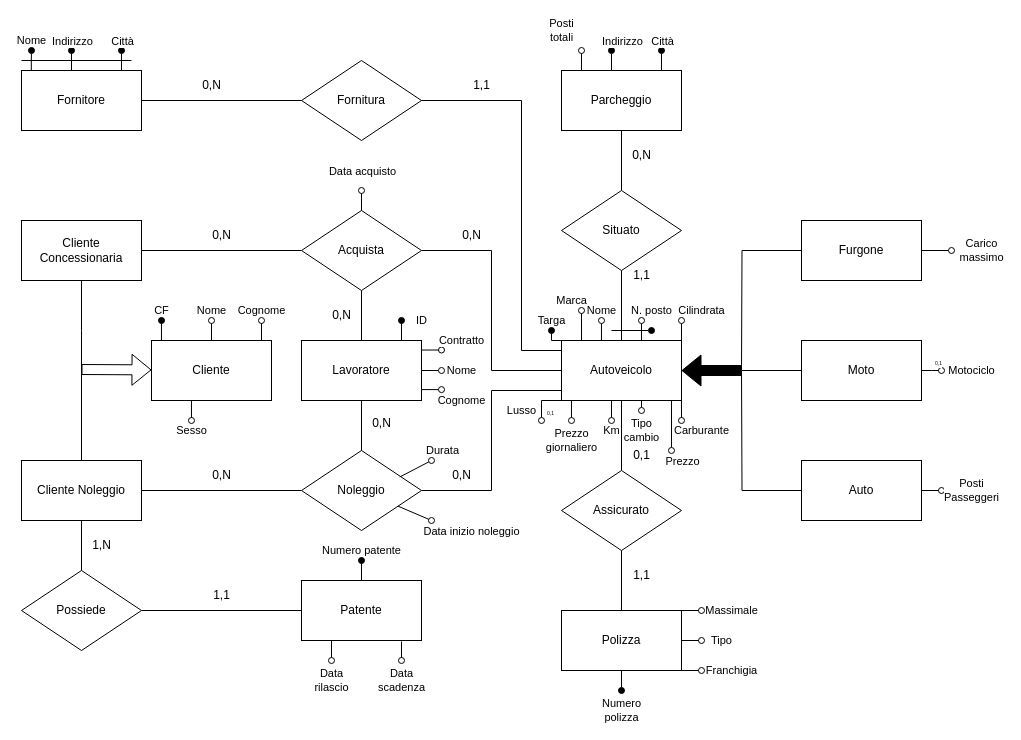
NickP3lle/database-gianluca_rental keeps this draw.io diagram as ER_concessionaria_autonoleggio.drawio. Above is the earlier version. Source tidied: cells renumbered, new cells numbered last; positions are measured from the earlier drawing's top-left corner, leaving out a move shared by most shapes. Both pictures are drawn from the tidied source at 100%, with x=0, y=0 at pixel (21, 50).
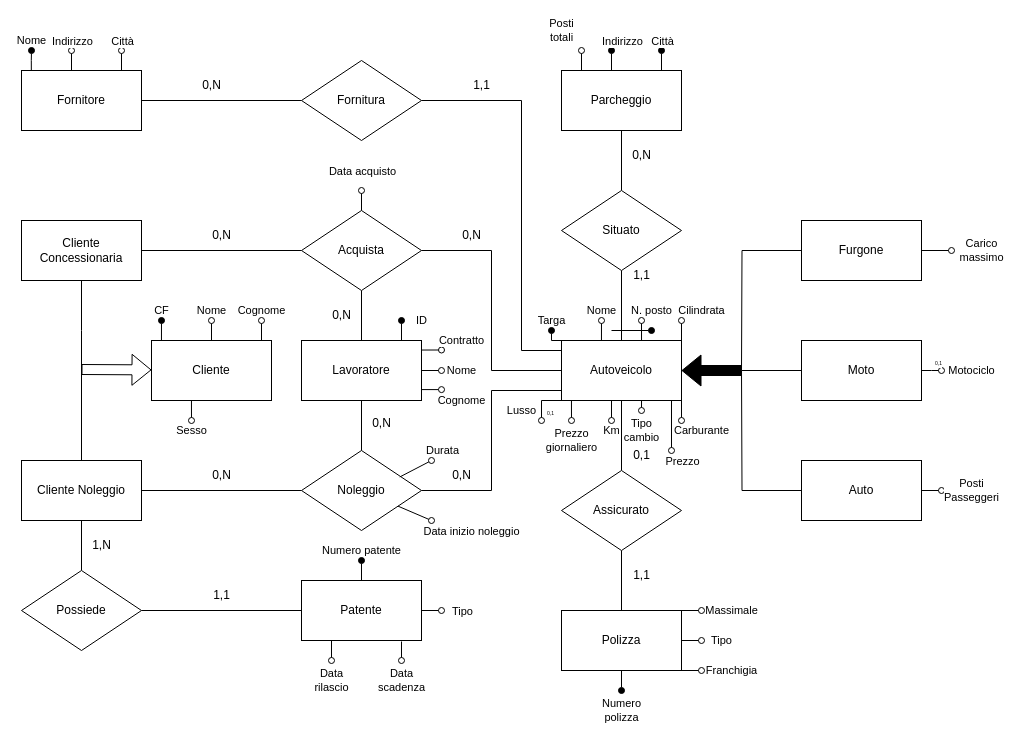
After the change.

The change refers to these unchanged cells:
```xml
<mxCell id="7" value="Autoveicolo" style="rounded=0;whiteSpace=wrap;html=1;" parent="1" vertex="1">
  <mxGeometry x="540" y="290" width="120" height="60" as="geometry" />
</mxCell>
<mxCell id="9" value="Patente" style="rounded=0;whiteSpace=wrap;html=1;" parent="1" vertex="1">
  <mxGeometry x="280" y="530" width="120" height="60" as="geometry" />
</mxCell>
```

Diff of the diagram source:
```diff
@@
+    <mxCell id="105" style="edgeStyle=orthogonalEdgeStyle;rounded=0;jettySize=auto;html=1;endArrow=oval;endFill=0;" parent="1" edge="1" source="9">
+      <mxGeometry relative="1" as="geometry">
+        <mxPoint x="420" y="560" as="targetPoint" />
+      </mxGeometry>
+    </mxCell>
+    <mxCell id="106" value="Tipo" style="edgeLabel;html=1;align=center;verticalAlign=middle;" parent="105" vertex="1">
+      <mxGeometry x="-0.16" y="1" relative="1" as="geometry">
+        <mxPoint x="31" y="1" as="offset" />
+      </mxGeometry>
+    </mxCell>
@@
-    <mxCell id="44" style="edgeStyle=orthogonalEdgeStyle;rounded=0;orthogonalLoop=1;jettySize=auto;html=1;endArrow=oval;endFill=1;" parent="1" edge="1">
+    <mxCell id="44" style="edgeStyle=orthogonalEdgeStyle;rounded=0;orthogonalLoop=1;jettySize=auto;html=1;endArrow=oval;endFill=0;" parent="1" edge="1">
       <mxGeometry relative="1" as="geometry">
         <mxPoint x="50" y="20" as="sourcePoint" />
         <mxPoint x="50" as="targetPoint" />
       </mxGeometry>
     </mxCell>
@@
-    <mxCell id="46" style="edgeStyle=orthogonalEdgeStyle;rounded=0;orthogonalLoop=1;jettySize=auto;html=1;endArrow=oval;endFill=1;" parent="1" edge="1">
+    <mxCell id="46" style="edgeStyle=orthogonalEdgeStyle;rounded=0;orthogonalLoop=1;jettySize=auto;html=1;endArrow=oval;endFill=0;" parent="1" edge="1">
       <mxGeometry relative="1" as="geometry">
         <mxPoint x="100" y="20" as="sourcePoint" />
         <mxPoint x="100" as="targetPoint" />
       </mxGeometry>
     </mxCell>
@@
-    <mxCell id="60" value="Marca" style="edgeStyle=orthogonalEdgeStyle;rounded=0;jettySize=auto;html=1;endArrow=oval;endFill=0;exitX=0.167;exitY=0;exitDx=0;exitDy=0;exitPerimeter=0;" parent="1" edge="1" source="7">
-      <mxGeometry x="1" y="14" relative="1" as="geometry">
-        <mxPoint x="560" y="260" as="targetPoint" />
-        <mxPoint x="4" y="-10" as="offset" />
-      </mxGeometry>
-    </mxCell>
@@
-    <mxCell id="96" style="endArrow=none;html=1;rounded=0;" parent="1" edge="1">
-      <mxGeometry relative="1" as="geometry">
-        <mxPoint y="10" as="sourcePoint" />
-        <mxPoint x="110" y="10" as="targetPoint" />
-      </mxGeometry>
-    </mxCell>
```
